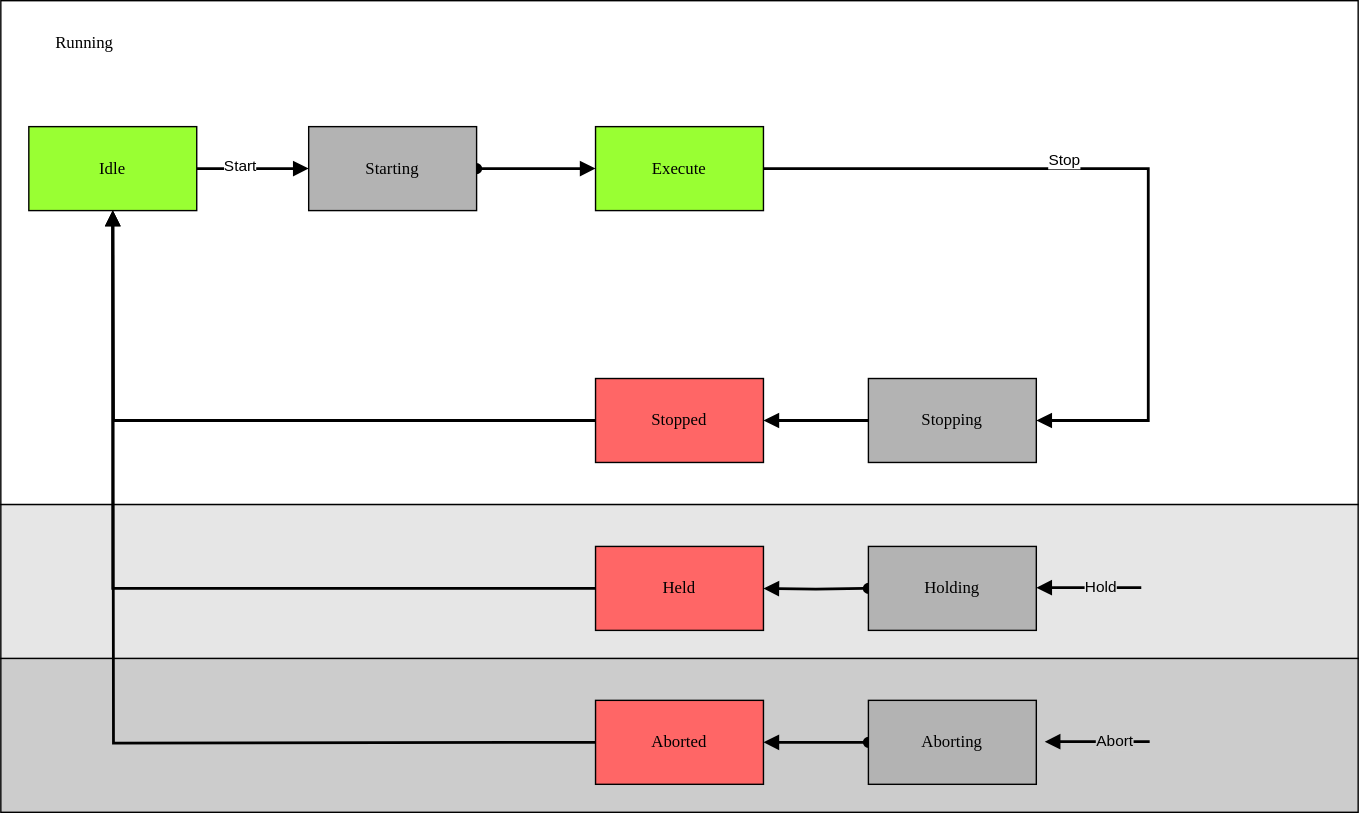
Before: docs/StateMachine.drawio.svg, a diagram exported from draw.io (PeterZerlauth/Tc3_Component). Source tidied: cells renumbered, new cells last; positions are measured from the earlier drawing's top-left corner, leaving out a move shared by most shapes.
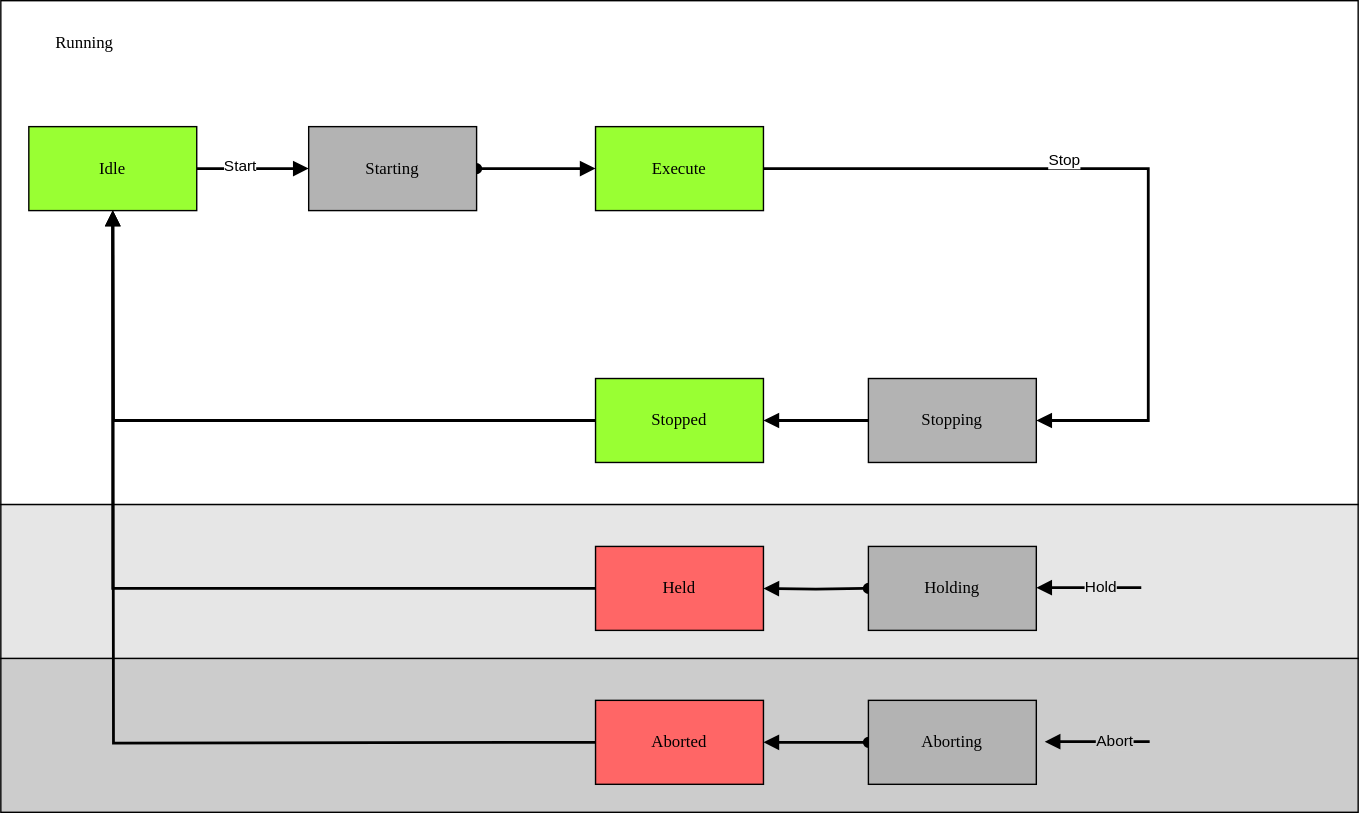
After the commit.

What changed in the source:
```diff
@@ -77,7 +77,7 @@
     <mxCell id="22" value="Running" style="rounded=0;whiteSpace=wrap;html=1;arcSize=24;fillColor=none;strokeColor=none;shadow=0;comic=0;labelBackgroundColor=none;fontFamily=Verdana;fontSize=12;fontColor=#000000;align=center;" parent="1" vertex="1">
       <mxGeometry width="120" height="60" as="geometry" />
     </mxCell>
-    <mxCell id="23" value="Stopped" style="rounded=0;whiteSpace=wrap;html=1;arcSize=24;fillColor=#FF6666;strokeColor=#000000;shadow=0;comic=0;labelBackgroundColor=none;fontFamily=Verdana;fontSize=12;fontColor=#000000;align=center;" parent="1" vertex="1">
+    <mxCell id="23" value="Stopped" style="rounded=0;whiteSpace=wrap;html=1;arcSize=24;fillColor=#99FF33;strokeColor=#000000;shadow=0;comic=0;labelBackgroundColor=none;fontFamily=Verdana;fontSize=12;fontColor=#000000;align=center;" parent="1" vertex="1">
       <mxGeometry x="425" y="270" width="120" height="60" as="geometry" />
     </mxCell>
     <mxCell id="24" value="Stopping" style="rounded=0;whiteSpace=wrap;html=1;arcSize=24;fillColor=#B3B3B3;strokeColor=#000000;shadow=0;comic=0;labelBackgroundColor=none;fontFamily=Verdana;fontSize=12;fontColor=#000000;align=center;" parent="1" vertex="1">
```
